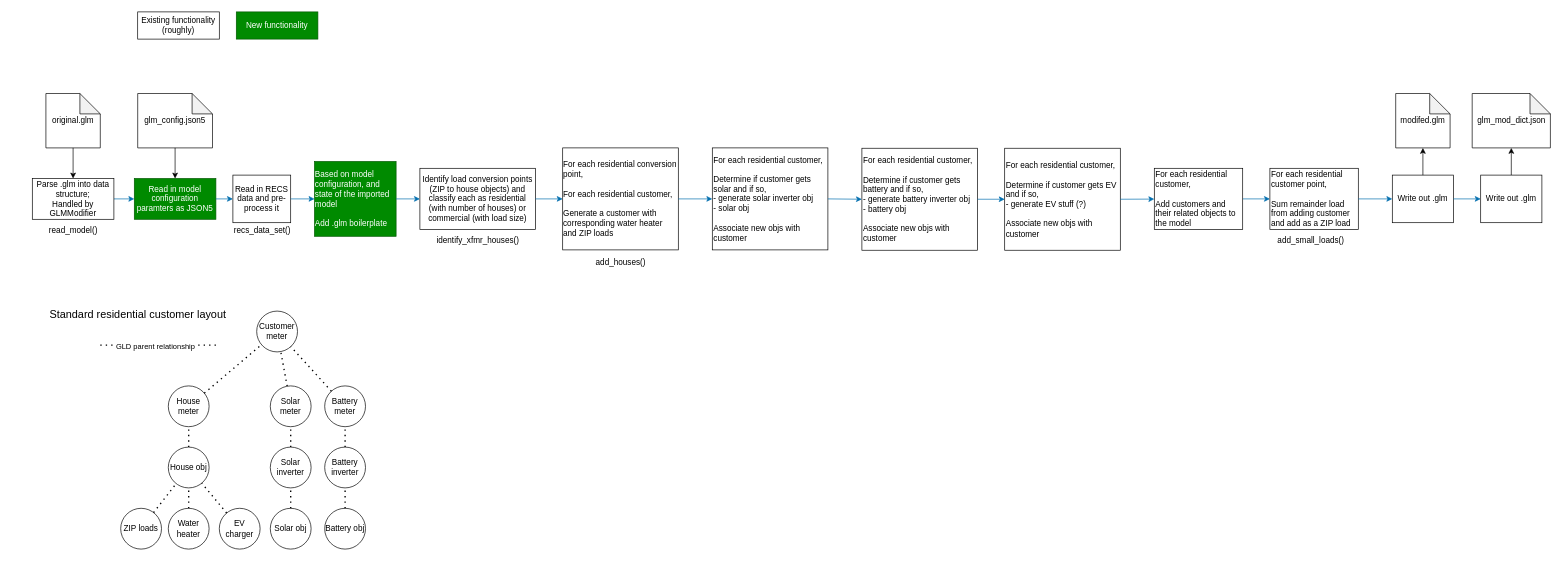
Above: doc/design/feeder_generator/feeder_population_flowchart.drawio in pnnl/tesp (draw.io), before the change. Source tidied: cells renumbered, new cells numbered last; positions are measured from the earlier drawing's top-left corner, leaving out a move shared by most shapes. Both pictures are drawn from the tidied source at 68%, with x=0, y=0 at pixel (32, 12).
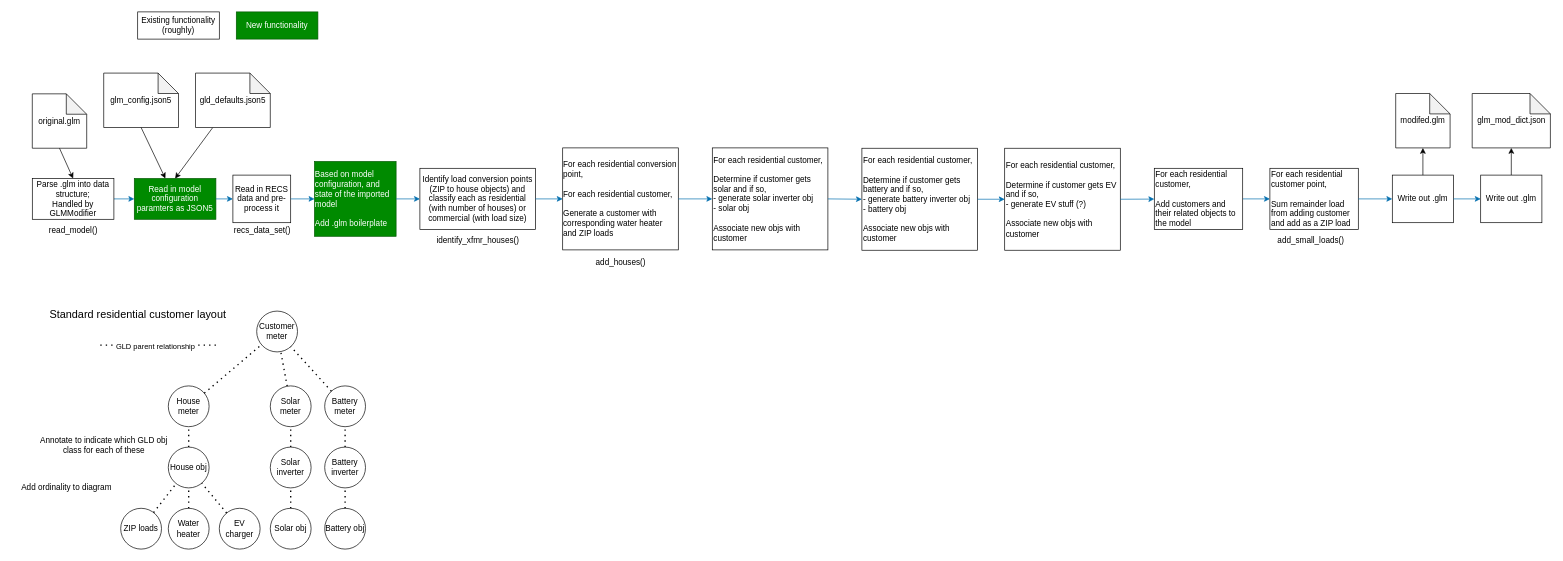
Above is the later version.

Commit message (it also covers changes not shown here):
Update feeder generator planning documents

Unchanged cells that the change refers to:
```xml
<mxCell id="12" value="Read in model configuration paramters as JSON5" style="rounded=0;whiteSpace=wrap;html=1;fillColor=#008a00;fontColor=#ffffff;strokeColor=#005700;" parent="1" vertex="1">
  <mxGeometry x="150" y="245" width="120" height="60" as="geometry" />
</mxCell>
```

Change to the diagram source:
```diff
@@
     <mxCell id="10" value="original.glm" style="shape=note;whiteSpace=wrap;html=1;backgroundOutline=1;darkOpacity=0.05;" parent="1" vertex="1">
-      <mxGeometry x="20" y="120" width="80" height="80" as="geometry" />
+      <mxGeometry y="120.5" width="80" height="80" as="geometry" />
     </mxCell>
@@
     <mxCell id="14" value="glm_config.json5" style="shape=note;whiteSpace=wrap;html=1;backgroundOutline=1;darkOpacity=0.05;" parent="1" vertex="1">
-      <mxGeometry x="155" y="120" width="110" height="80" as="geometry" />
+      <mxGeometry x="105" y="90" width="110" height="80" as="geometry" />
     </mxCell>
@@
+    <mxCell id="68" value="&lt;br&gt;Annotate to indicate which GLD obj &lt;br&gt;class for each of these" style="text;html=1;align=center;verticalAlign=middle;strokeColor=none;fillColor=none;" parent="1" vertex="1">
+      <mxGeometry y="600" width="210" height="60" as="geometry" />
+    </mxCell>
+    <mxCell id="69" style="edgeStyle=none;html=1;entryX=0.5;entryY=0;entryDx=0;entryDy=0;" parent="1" edge="1" source="70" target="12">
+      <mxGeometry relative="1" as="geometry" />
+    </mxCell>
+    <mxCell id="70" value="gld_defaults.json5" style="shape=note;whiteSpace=wrap;html=1;backgroundOutline=1;darkOpacity=0.05;" parent="1" vertex="1">
+      <mxGeometry x="240" y="90" width="110" height="80" as="geometry" />
+    </mxCell>
+    <mxCell id="71" value="Add ordinality to diagram" style="text;html=1;align=center;verticalAlign=middle;strokeColor=none;fillColor=none;" parent="1" vertex="1">
+      <mxGeometry x="-30" y="685" width="160" height="30" as="geometry" />
+    </mxCell>
```
